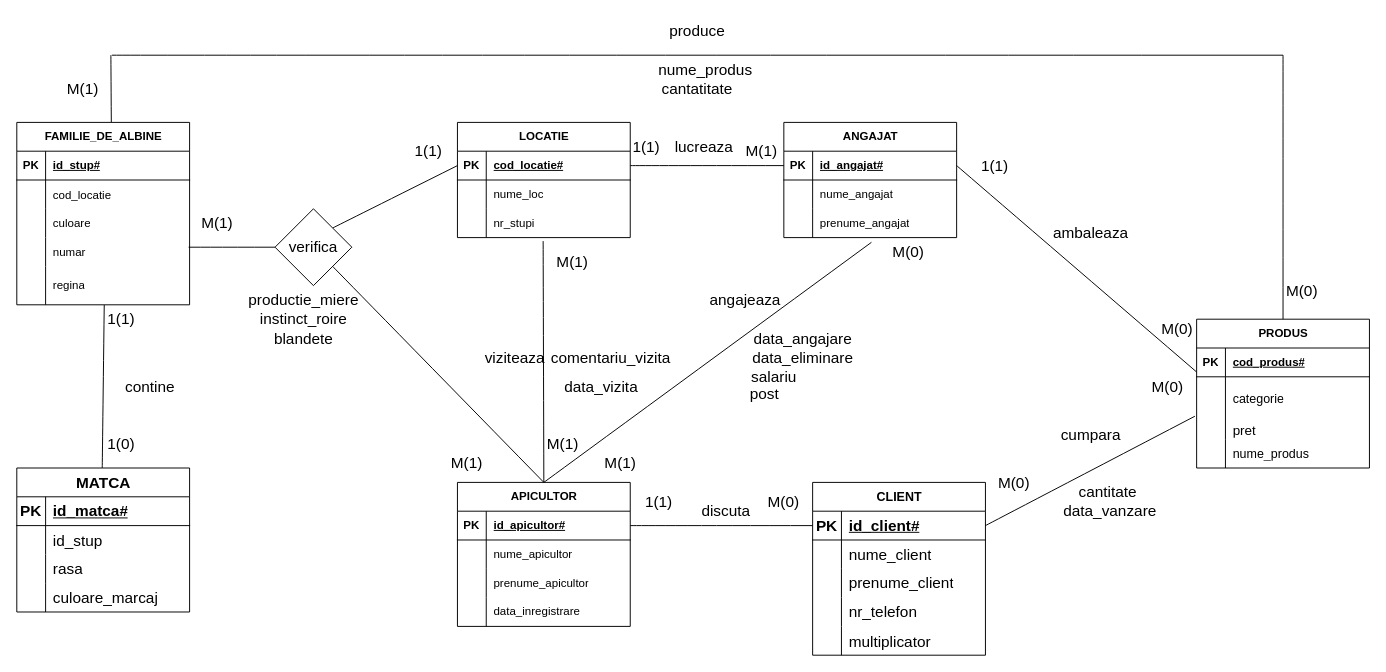
This is page "Page-1" (1 of 2) of Diagramă fără titlu.drawio from Matoka26/DataBase-Stupina, a draw.io file, before an edit. Source tidied: cells renumbered, new cells numbered last; positions are measured from the earlier drawing's top-left corner, leaving out a move shared by most shapes. Both pictures are drawn from the tidied source at 96%, with x=0, y=0 at pixel (16, 16).
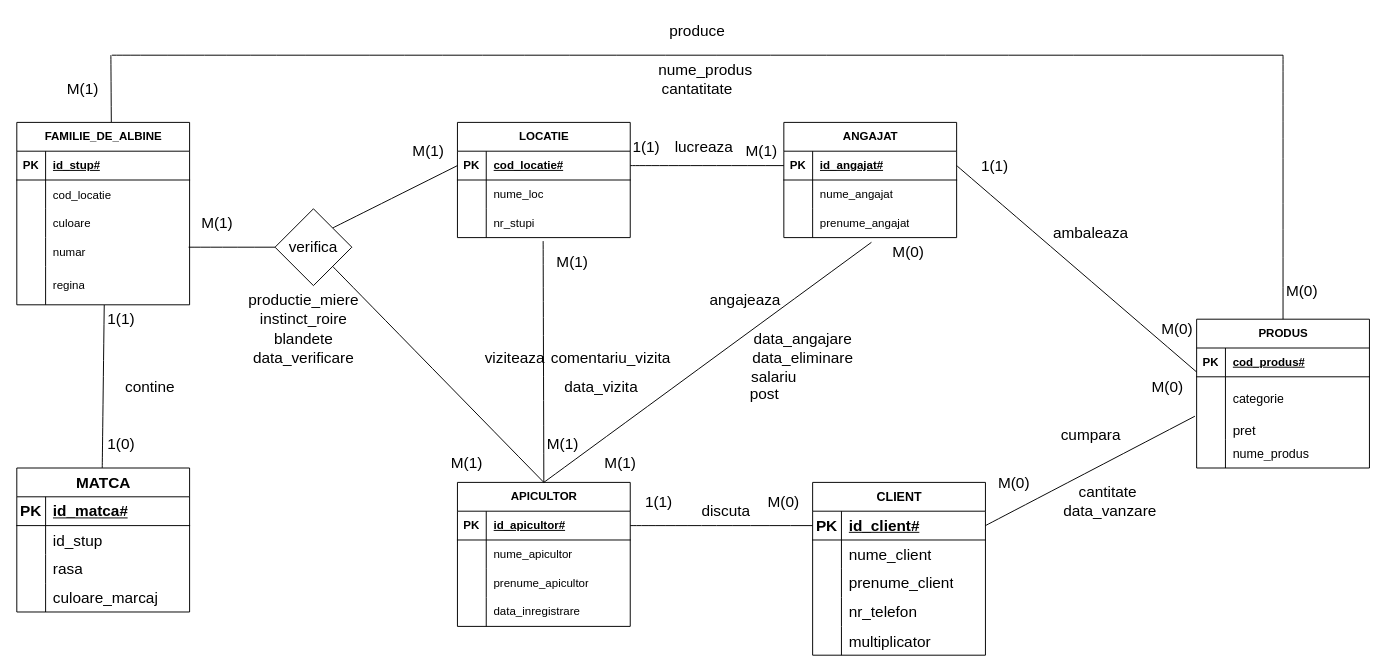
Above is the later version.

What changed in the source:
```diff
@@
-    <mxCell id="84" value="1(1)" style="text;html=1;strokeColor=none;fillColor=none;align=center;verticalAlign=middle;whiteSpace=wrap;rounded=0;fontSize=16;" parent="1" vertex="1">
+    <mxCell id="84" value="M(1)" style="text;html=1;strokeColor=none;fillColor=none;align=center;verticalAlign=middle;whiteSpace=wrap;rounded=0;fontSize=16;" parent="1" vertex="1">
       <mxGeometry x="399" y="125" width="60" height="30" as="geometry" />
     </mxCell>
@@
+    <mxCell id="149" value="data_verificare" style="text;html=1;strokeColor=none;fillColor=none;align=center;verticalAlign=middle;whiteSpace=wrap;rounded=0;fontSize=16;" parent="1" vertex="1">
+      <mxGeometry x="269" y="340" width="60" height="30" as="geometry" />
+    </mxCell>
```
